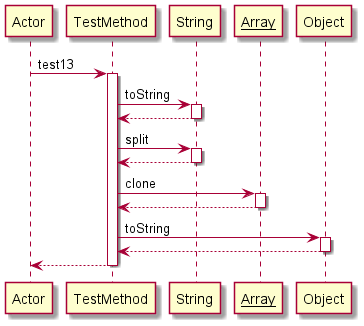
Before: Diagrams/REFLECTION/test13.png, a diagram exported from PlantUML (manucapo/Gardener).
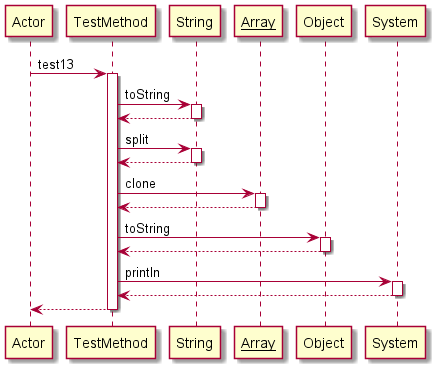
Later version of the same file.

What changed in the source:
```diff
@@ -18,5 +18,9 @@
 activate Object
 Object-->TestMethod
 deactivate Object
+TestMethod -> System: println
+activate System
+System-->TestMethod
+deactivate System
 return
 @enduml
```
